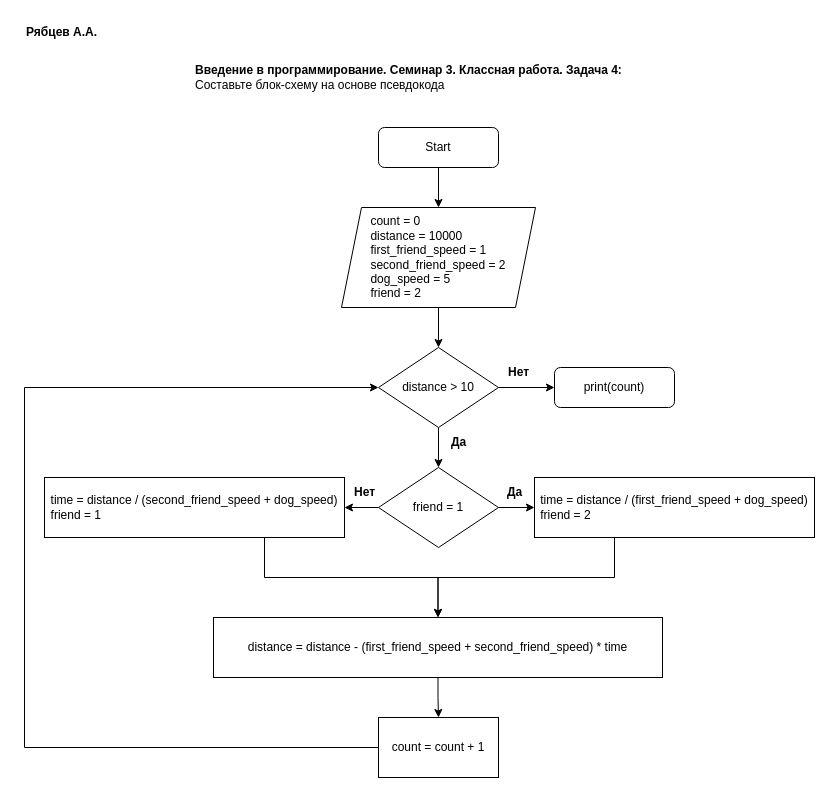
Before: 2022.12.13_CW_3-4.drawio in kask1n/Programming_Introguction, a draw.io diagram. Source tidied: cells renumbered, new cells numbered last; positions are measured from the earlier drawing's top-left corner, leaving out a move shared by most shapes. Both pictures are drawn from the tidied source at 100%, with x=0, y=0 at pixel (24, 17).
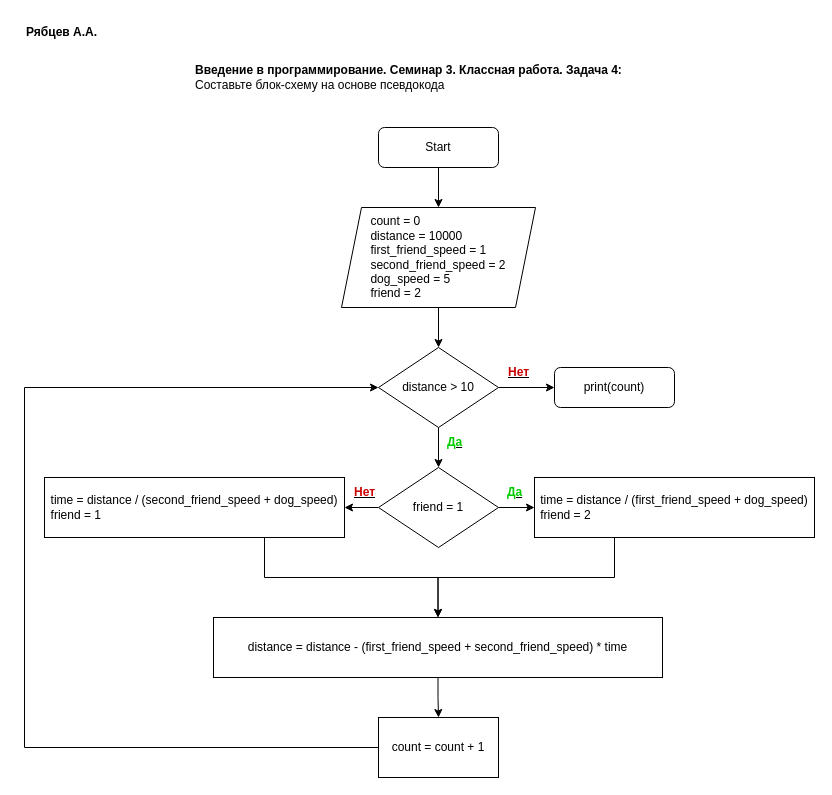
After the change.

Change to the diagram source:
```diff
@@
-    <mxCell id="11" value="&lt;b&gt;Да&lt;/b&gt;" style="text;html=1;align=center;verticalAlign=middle;strokeColor=none;fillColor=none;" parent="1" vertex="1">
-      <mxGeometry x="414" y="410" width="40" height="30" as="geometry" />
-    </mxCell>
-    <mxCell id="12" value="&lt;b&gt;Нет&lt;/b&gt;" style="text;html=1;align=center;verticalAlign=middle;strokeColor=none;fillColor=none;" parent="1" vertex="1">
-      <mxGeometry x="474" y="340" width="40" height="30" as="geometry" />
-    </mxCell>
@@
-    <mxCell id="25" value="&lt;b&gt;Да&lt;/b&gt;" style="text;html=1;align=center;verticalAlign=middle;strokeColor=none;fillColor=none;" parent="1" vertex="1">
-      <mxGeometry x="470" y="460" width="40" height="30" as="geometry" />
-    </mxCell>
-    <mxCell id="26" value="&lt;b&gt;Нет&lt;/b&gt;" style="text;html=1;align=center;verticalAlign=middle;strokeColor=none;fillColor=none;" parent="1" vertex="1">
-      <mxGeometry x="320" y="460" width="40" height="30" as="geometry" />
-    </mxCell>
+    <mxCell id="27" value="&lt;b&gt;&lt;u&gt;&lt;font color=&quot;#00cc00&quot;&gt;Да&lt;/font&gt;&lt;/u&gt;&lt;/b&gt;" style="text;html=1;align=center;verticalAlign=middle;strokeColor=none;fillColor=none;" parent="1" vertex="1">
+      <mxGeometry x="470" y="460" width="40" height="30" as="geometry" />
+    </mxCell>
+    <mxCell id="28" value="&lt;b&gt;&lt;u&gt;&lt;font color=&quot;#cc0000&quot;&gt;Нет&lt;/font&gt;&lt;/u&gt;&lt;/b&gt;" style="text;html=1;align=center;verticalAlign=middle;strokeColor=none;fillColor=none;" parent="1" vertex="1">
+      <mxGeometry x="474" y="340" width="40" height="30" as="geometry" />
+    </mxCell>
+    <mxCell id="29" value="&lt;b&gt;&lt;u&gt;&lt;font color=&quot;#00cc00&quot;&gt;Да&lt;/font&gt;&lt;/u&gt;&lt;/b&gt;" style="text;html=1;align=center;verticalAlign=middle;strokeColor=none;fillColor=none;" parent="1" vertex="1">
+      <mxGeometry x="410" y="410" width="40" height="30" as="geometry" />
+    </mxCell>
+    <mxCell id="30" value="&lt;b&gt;&lt;u&gt;&lt;font color=&quot;#cc0000&quot;&gt;Нет&lt;/font&gt;&lt;/u&gt;&lt;/b&gt;" style="text;html=1;align=center;verticalAlign=middle;strokeColor=none;fillColor=none;" parent="1" vertex="1">
+      <mxGeometry x="320" y="460" width="40" height="30" as="geometry" />
+    </mxCell>
```
